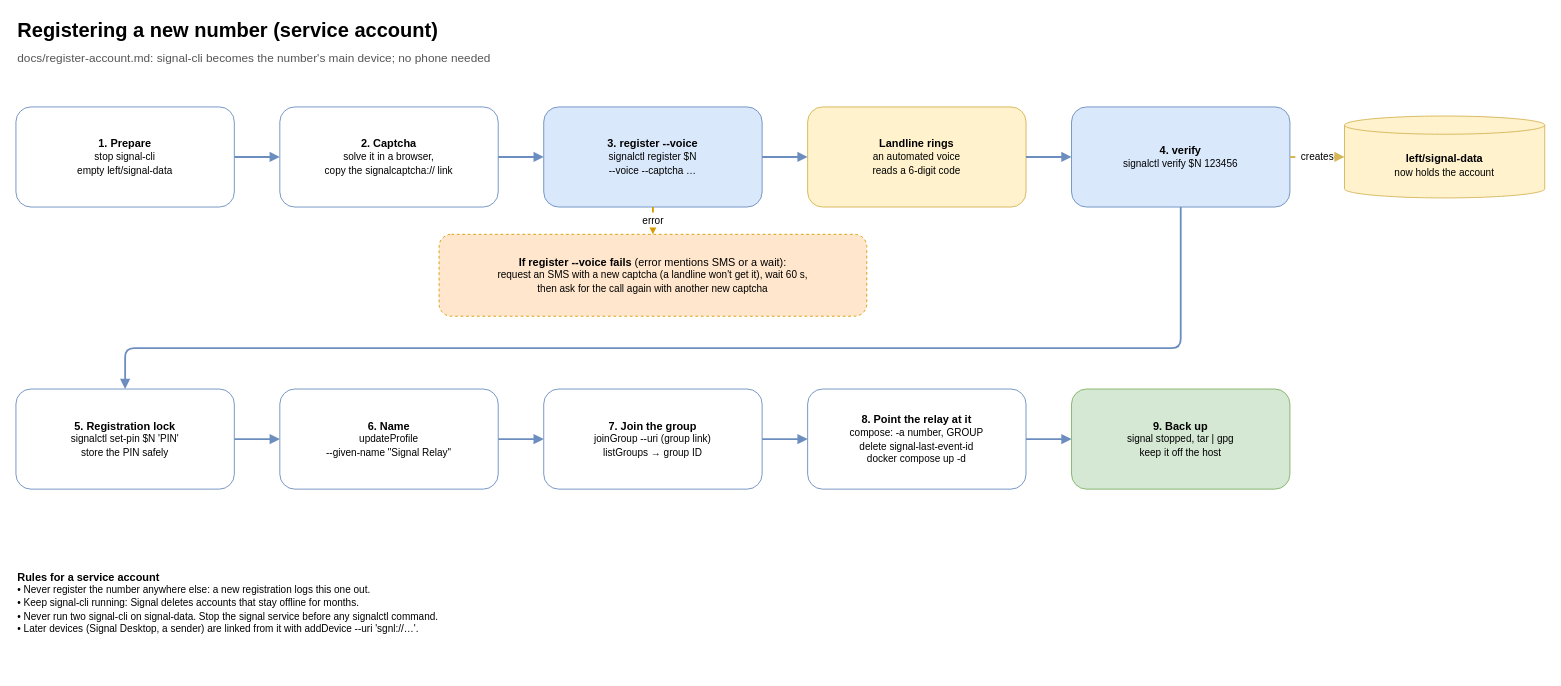
Before: docs/diagrams/07-register-a-number.drawio in j6dtt/signal-relay, a draw.io diagram. Source tidied: cells renumbered, new cells numbered last; positions are measured from the earlier drawing's top-left corner, leaving out a move shared by most shapes. Both pictures are drawn from the tidied source at 91%, with x=0, y=0 at pixel (15, 15).
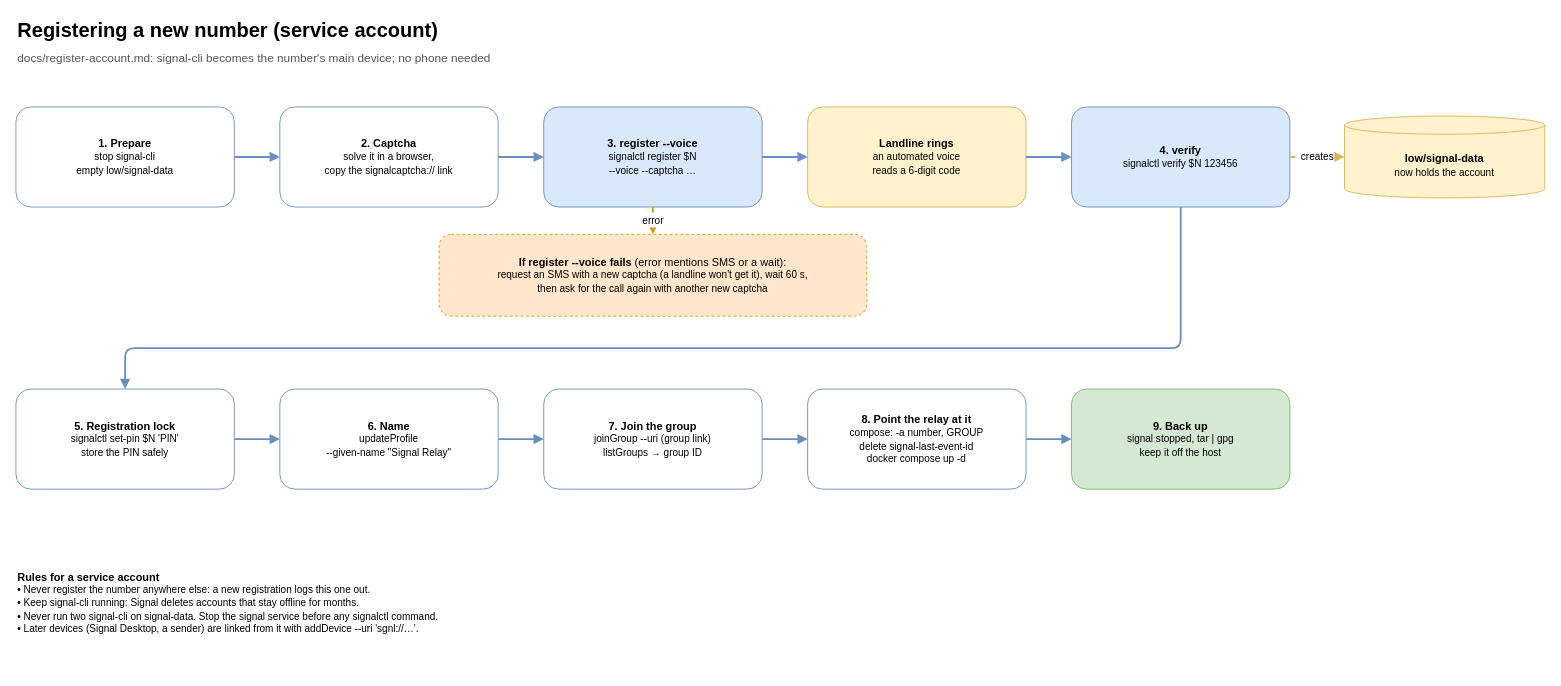
Above is the later version.

Diff of the diagram source:
```diff
@@
-    <mxCell id="3" value="&lt;b&gt;1. Prepare&lt;/b&gt;&lt;br&gt;&lt;font style=&quot;font-size:11px&quot;&gt;stop signal-cli&lt;br&gt;empty left/signal-data&lt;/font&gt;" style="rounded=1;whiteSpace=wrap;html=1;fontSize=12;fillColor=#ffffff;strokeColor=#6c8ebf;" parent="1" vertex="1">
+    <mxCell id="3" value="&lt;b&gt;1. Prepare&lt;/b&gt;&lt;br&gt;&lt;font style=&quot;font-size:11px&quot;&gt;stop signal-cli&lt;br&gt;empty low/signal-data&lt;/font&gt;" style="rounded=1;whiteSpace=wrap;html=1;fontSize=12;fillColor=#ffffff;strokeColor=#6c8ebf;" parent="1" vertex="1">
       <mxGeometry y="100" width="240" height="110" as="geometry" />
     </mxCell>
@@
-    <mxCell id="24" value="&lt;b&gt;left/signal-data&lt;/b&gt;&lt;br&gt;&lt;font style=&quot;font-size:11px&quot;&gt;now holds the account&lt;/font&gt;" style="shape=cylinder3;whiteSpace=wrap;html=1;boundedLbl=1;size=10;fontSize=12;fillColor=#fff2cc;strokeColor=#d6b656;" parent="1" vertex="1">
+    <mxCell id="24" value="&lt;b&gt;low/signal-data&lt;/b&gt;&lt;br&gt;&lt;font style=&quot;font-size:11px&quot;&gt;now holds the account&lt;/font&gt;" style="shape=cylinder3;whiteSpace=wrap;html=1;boundedLbl=1;size=10;fontSize=12;fillColor=#fff2cc;strokeColor=#d6b656;" parent="1" vertex="1">
       <mxGeometry x="1460" y="110" width="220" height="90" as="geometry" />
     </mxCell>
```
